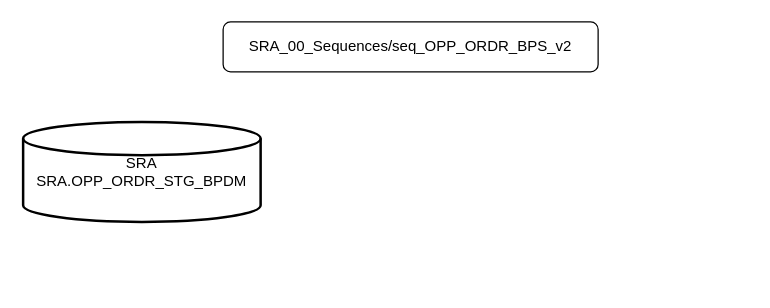
This is Untitled Diagram.drawio from charo-aguilar/git_practice, a draw.io file, before an edit. Source tidied: cells renumbered, new cells numbered last; positions are measured from the earlier drawing's top-left corner, leaving out a move shared by most shapes. Both pictures are drawn from the tidied source at 125%, with x=0, y=0 at pixel (22, 21).
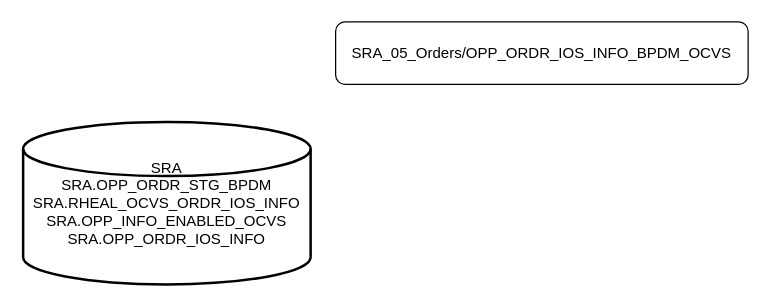
The same page after the edit.

Diff of the diagram source:
```diff
@@
 <mxGraphModel>
   <root>
     <mxCell id="0" />
     <mxCell id="1" parent="0" />
-    <mxCell id="2" value="SRA_00_Sequences/seq_OPP_ORDR_BPS_v2" style="rounded=1;whiteSpace=wrap;html=1;fontSize=12;glass=0;strokeWidth=1;shadow=0;" parent="1" vertex="1">
-      <mxGeometry x="160" width="300" height="40" as="geometry" />
+    <mxCell id="2" value="SRA_05_Orders/OPP_ORDR_IOS_INFO_BPDM_OCVS" style="rounded=1;whiteSpace=wrap;html=1;fontSize=12;glass=0;strokeWidth=1;shadow=0;" parent="1" vertex="1">
+      <mxGeometry x="250" width="330" height="50" as="geometry" />
     </mxCell>
-    <mxCell id="3" value="&lt;div&gt;SRA&lt;br&gt;&lt;/div&gt;&lt;div&gt;SRA.OPP_ORDR_STG_BPDM&lt;/div&gt;" style="strokeWidth=2;html=1;shape=mxgraph.flowchart.database;whiteSpace=wrap;" parent="1" vertex="1">
-      <mxGeometry y="80" width="190" height="80" as="geometry" />
+    <mxCell id="3" value="&lt;div&gt;SRA&lt;br&gt;&lt;/div&gt;&lt;div&gt;SRA.OPP_ORDR_STG_BPDM&lt;/div&gt;&lt;div&gt;SRA.RHEAL_OCVS_ORDR_IOS_INFO&lt;br&gt;&lt;/div&gt;&lt;div&gt;SRA.OPP_INFO_ENABLED_OCVS SRA.OPP_ORDR_IOS_INFO&lt;br&gt;&lt;/div&gt;" style="strokeWidth=2;html=1;shape=mxgraph.flowchart.database;whiteSpace=wrap;" parent="1" vertex="1">
+      <mxGeometry y="80" width="230" height="130" as="geometry" />
     </mxCell>
   </root>
 </mxGraphModel>
```
